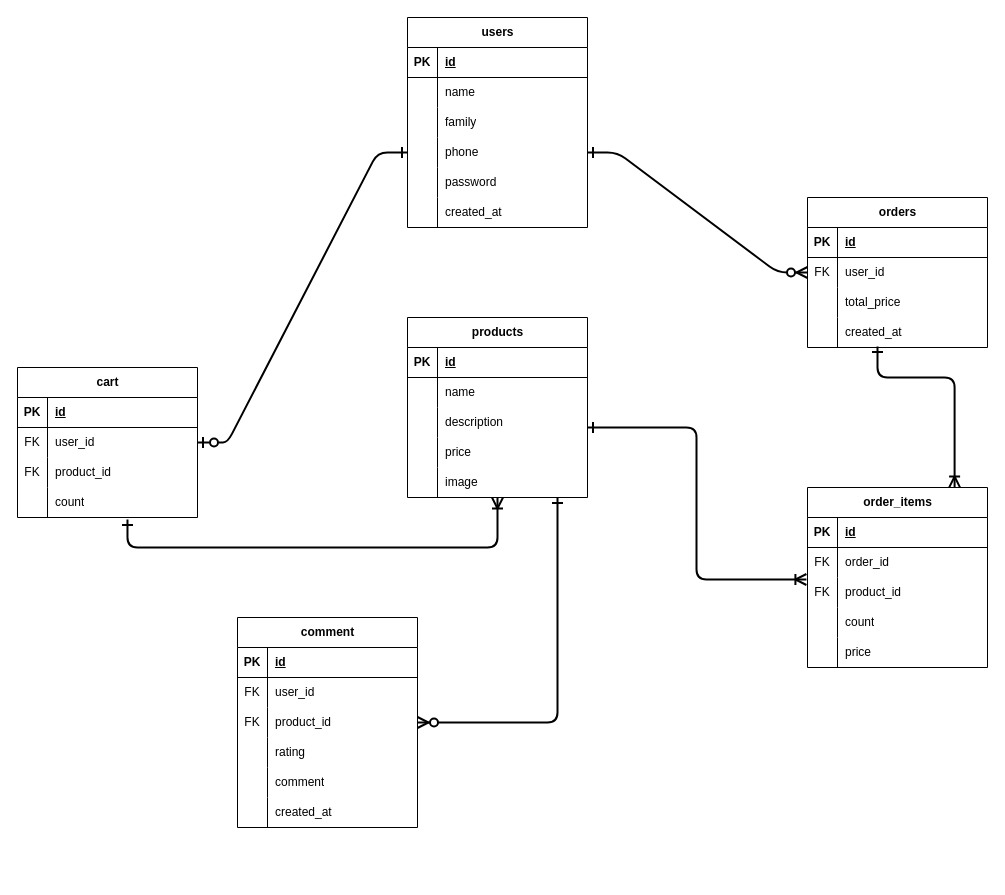
mhdyhaz/Minisite keeps this draw.io diagram as diagram.drawio. Above is the earlier version. Source tidied: cells renumbered, new cells numbered last; positions are measured from the earlier drawing's top-left corner, leaving out a move shared by most shapes. Both pictures are drawn from the tidied source at 100%, with x=0, y=0 at pixel (17, 17).
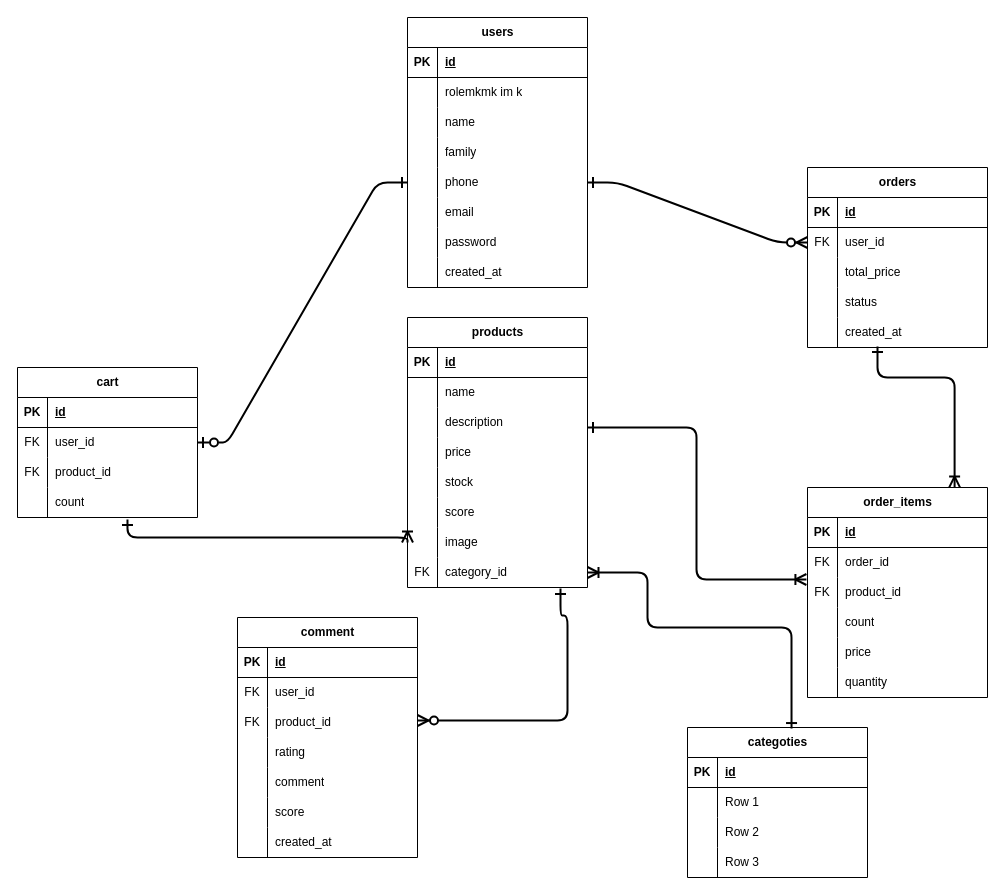
The same page after the edit.

Commit message (it also covers changes not shown here):
#10:edit diagram. delete models

The change refers to these unchanged cells:
```xml
<mxCell id="76" style="shape=tableRow;horizontal=0;startSize=0;swimlaneHead=0;swimlaneBody=0;fillColor=none;points=[[0,0.5],[1,0.5]];portConstraint=eastwest;top=0;left=0;right=0;bottom=0;" parent="66" vertex="1">
  <mxGeometry y="120" width="180" height="30" as="geometry" />
</mxCell>
<mxCell id="86" style="shape=tableRow;horizontal=0;startSize=0;swimlaneHead=0;swimlaneBody=0;fillColor=none;points=[[0,0.5],[1,0.5]];portConstraint=eastwest;top=0;left=0;right=0;bottom=0;" parent="79" vertex="1">
  <mxGeometry y="90" width="180" height="30" as="geometry" />
</mxCell>
```

The edit, as a diff of the source:
```diff
@@
     <mxCell id="2" value="users" style="shape=table;startSize=30;childLayout=tableLayout;rowLines=0;fontStyle=1;align=center;html=1;" parent="1" vertex="1">
-      <mxGeometry x="390" width="180" height="210" as="geometry" />
+      <mxGeometry x="390" width="180" height="270" as="geometry" />
     </mxCell>
@@
+    <mxCell id="104" style="shape=tableRow;horizontal=0;startSize=0;swimlaneHead=0;swimlaneBody=0;fillColor=none;top=0;left=0;right=0;bottom=0;" parent="2" vertex="1">
+      <mxGeometry y="60" width="180" height="30" as="geometry" />
+    </mxCell>
+    <mxCell id="105" style="shape=partialRectangle;fillColor=none;top=0;left=0;bottom=0;right=0;overflow=hidden;whiteSpace=wrap;html=1;" parent="104" vertex="1">
+      <mxGeometry width="30" height="30" as="geometry" />
+    </mxCell>
+    <mxCell id="106" value="rolemkmk im k" style="shape=partialRectangle;fillColor=none;top=0;left=0;bottom=0;right=0;align=left;spacingLeft=6;overflow=hidden;whiteSpace=wrap;html=1;" parent="104" vertex="1">
+      <mxGeometry x="30" width="150" height="30" as="geometry" />
+    </mxCell>
     <mxCell id="6" style="shape=tableRow;horizontal=0;startSize=0;swimlaneHead=0;swimlaneBody=0;fillColor=none;top=0;left=0;right=0;bottom=0;" parent="2" vertex="1">
-      <mxGeometry y="60" width="180" height="30" as="geometry" />
+      <mxGeometry y="90" width="180" height="30" as="geometry" />
     </mxCell>
@@
     <mxCell id="9" style="shape=tableRow;horizontal=0;startSize=0;swimlaneHead=0;swimlaneBody=0;fillColor=none;top=0;left=0;right=0;bottom=0;" parent="2" vertex="1">
-      <mxGeometry y="90" width="180" height="30" as="geometry" />
+      <mxGeometry y="120" width="180" height="30" as="geometry" />
     </mxCell>
@@
     <mxCell id="12" style="shape=tableRow;horizontal=0;startSize=0;swimlaneHead=0;swimlaneBody=0;fillColor=none;points=[[0,0.5],[1,0.5]];portConstraint=eastwest;top=0;left=0;right=0;bottom=0;" parent="2" vertex="1">
-      <mxGeometry y="120" width="180" height="30" as="geometry" />
+      <mxGeometry y="150" width="180" height="30" as="geometry" />
     </mxCell>
@@
+    <mxCell id="107" style="shape=tableRow;horizontal=0;startSize=0;swimlaneHead=0;swimlaneBody=0;fillColor=none;top=0;left=0;right=0;bottom=0;" parent="2" vertex="1">
+      <mxGeometry y="180" width="180" height="30" as="geometry" />
+    </mxCell>
+    <mxCell id="108" style="shape=partialRectangle;fillColor=none;top=0;left=0;bottom=0;right=0;overflow=hidden;whiteSpace=wrap;html=1;" parent="107" vertex="1">
+      <mxGeometry width="30" height="30" as="geometry" />
+    </mxCell>
+    <mxCell id="109" value="email" style="shape=partialRectangle;fillColor=none;top=0;left=0;bottom=0;right=0;align=left;spacingLeft=6;overflow=hidden;whiteSpace=wrap;html=1;" parent="107" vertex="1">
+      <mxGeometry x="30" width="150" height="30" as="geometry" />
+    </mxCell>
     <mxCell id="15" style="shape=tableRow;horizontal=0;startSize=0;swimlaneHead=0;swimlaneBody=0;fillColor=none;top=0;left=0;right=0;bottom=0;" parent="2" vertex="1">
-      <mxGeometry y="150" width="180" height="30" as="geometry" />
+      <mxGeometry y="210" width="180" height="30" as="geometry" />
     </mxCell>
@@
     <mxCell id="18" style="shape=tableRow;horizontal=0;startSize=0;swimlaneHead=0;swimlaneBody=0;fillColor=none;top=0;left=0;right=0;bottom=0;" parent="2" vertex="1">
-      <mxGeometry y="180" width="180" height="30" as="geometry" />
+      <mxGeometry y="240" width="180" height="30" as="geometry" />
     </mxCell>
@@
     <mxCell id="21" value="products" style="shape=table;startSize=30;childLayout=tableLayout;rowLines=0;fontStyle=1;align=center;html=1;" parent="1" vertex="1">
-      <mxGeometry x="390" y="300" width="180" height="180" as="geometry" />
+      <mxGeometry x="390" y="300" width="180" height="270" as="geometry" />
     </mxCell>
@@
+    <mxCell id="110" style="shape=tableRow;horizontal=0;startSize=0;swimlaneHead=0;swimlaneBody=0;fillColor=none;top=0;left=0;right=0;bottom=0;" parent="21" vertex="1">
+      <mxGeometry y="150" width="180" height="30" as="geometry" />
+    </mxCell>
+    <mxCell id="111" style="shape=partialRectangle;fillColor=none;top=0;left=0;bottom=0;right=0;overflow=hidden;whiteSpace=wrap;html=1;" parent="110" vertex="1">
+      <mxGeometry width="30" height="30" as="geometry" />
+    </mxCell>
+    <mxCell id="112" value="stock" style="shape=partialRectangle;fillColor=none;top=0;left=0;bottom=0;right=0;align=left;spacingLeft=6;overflow=hidden;whiteSpace=wrap;html=1;" parent="110" vertex="1">
+      <mxGeometry x="30" width="150" height="30" as="geometry" />
+    </mxCell>
+    <mxCell id="113" style="shape=tableRow;horizontal=0;startSize=0;swimlaneHead=0;swimlaneBody=0;fillColor=none;top=0;left=0;right=0;bottom=0;" parent="21" vertex="1">
+      <mxGeometry y="180" width="180" height="30" as="geometry" />
+    </mxCell>
+    <mxCell id="114" style="shape=partialRectangle;fillColor=none;top=0;left=0;bottom=0;right=0;overflow=hidden;whiteSpace=wrap;html=1;" parent="113" vertex="1">
+      <mxGeometry width="30" height="30" as="geometry" />
+    </mxCell>
+    <mxCell id="115" value="score" style="shape=partialRectangle;fillColor=none;top=0;left=0;bottom=0;right=0;align=left;spacingLeft=6;overflow=hidden;whiteSpace=wrap;html=1;" parent="113" vertex="1">
+      <mxGeometry x="30" width="150" height="30" as="geometry" />
+    </mxCell>
     <mxCell id="34" style="shape=tableRow;horizontal=0;startSize=0;swimlaneHead=0;swimlaneBody=0;fillColor=none;points=[[0,0.5],[1,0.5]];portConstraint=eastwest;top=0;left=0;right=0;bottom=0;" parent="21" vertex="1">
-      <mxGeometry y="150" width="180" height="30" as="geometry" />
+      <mxGeometry y="210" width="180" height="30" as="geometry" />
     </mxCell>
@@
+    <mxCell id="116" style="shape=tableRow;horizontal=0;startSize=0;swimlaneHead=0;swimlaneBody=0;fillColor=none;points=[[0,0.5],[1,0.5]];portConstraint=eastwest;top=0;left=0;right=0;bottom=0;" parent="21" vertex="1">
+      <mxGeometry y="240" width="180" height="30" as="geometry" />
+    </mxCell>
+    <mxCell id="117" value="FK" style="shape=partialRectangle;fillColor=none;top=0;left=0;bottom=0;right=0;overflow=hidden;whiteSpace=wrap;html=1;" parent="116" vertex="1">
+      <mxGeometry width="30" height="30" as="geometry" />
+    </mxCell>
+    <mxCell id="118" value="category_id" style="shape=partialRectangle;fillColor=none;top=0;left=0;bottom=0;right=0;align=left;spacingLeft=6;overflow=hidden;whiteSpace=wrap;html=1;" parent="116" vertex="1">
+      <mxGeometry x="30" width="150" height="30" as="geometry" />
+    </mxCell>
     <mxCell id="37" value="orders" style="shape=table;startSize=30;childLayout=tableLayout;rowLines=0;fontStyle=1;align=center;html=1;" parent="1" vertex="1">
-      <mxGeometry x="790" y="180" width="180" height="150" as="geometry" />
+      <mxGeometry x="790" y="150" width="180" height="180" as="geometry" />
     </mxCell>
@@
+    <mxCell id="119" style="shape=tableRow;horizontal=0;startSize=0;swimlaneHead=0;swimlaneBody=0;fillColor=none;top=0;left=0;right=0;bottom=0;" parent="37" vertex="1">
+      <mxGeometry y="120" width="180" height="30" as="geometry" />
+    </mxCell>
+    <mxCell id="120" style="shape=partialRectangle;fillColor=none;top=0;left=0;bottom=0;right=0;overflow=hidden;whiteSpace=wrap;html=1;" parent="119" vertex="1">
+      <mxGeometry width="30" height="30" as="geometry" />
+    </mxCell>
+    <mxCell id="121" value="status" style="shape=partialRectangle;fillColor=none;top=0;left=0;bottom=0;right=0;align=left;spacingLeft=6;overflow=hidden;whiteSpace=wrap;html=1;" parent="119" vertex="1">
+      <mxGeometry x="30" width="150" height="30" as="geometry" />
+    </mxCell>
     <mxCell id="47" style="shape=tableRow;horizontal=0;startSize=0;swimlaneHead=0;swimlaneBody=0;fillColor=none;top=0;left=0;right=0;bottom=0;" parent="37" vertex="1">
-      <mxGeometry y="120" width="180" height="30" as="geometry" />
+      <mxGeometry y="150" width="180" height="30" as="geometry" />
     </mxCell>
@@
     <mxCell id="50" value="order_items" style="shape=table;startSize=30;childLayout=tableLayout;rowLines=0;fontStyle=1;align=center;html=1;" parent="1" vertex="1">
-      <mxGeometry x="790" y="470" width="180" height="180" as="geometry" />
+      <mxGeometry x="790" y="470" width="180" height="210" as="geometry" />
     </mxCell>
@@
+    <mxCell id="122" style="shape=tableRow;horizontal=0;startSize=0;swimlaneHead=0;swimlaneBody=0;fillColor=none;top=0;left=0;right=0;bottom=0;" parent="50" vertex="1">
+      <mxGeometry y="180" width="180" height="30" as="geometry" />
+    </mxCell>
+    <mxCell id="123" style="shape=partialRectangle;fillColor=none;top=0;left=0;bottom=0;right=0;overflow=hidden;whiteSpace=wrap;html=1;" parent="122" vertex="1">
+      <mxGeometry width="30" height="30" as="geometry" />
+    </mxCell>
+    <mxCell id="124" value="quantity" style="shape=partialRectangle;fillColor=none;top=0;left=0;bottom=0;right=0;align=left;spacingLeft=6;overflow=hidden;whiteSpace=wrap;html=1;" parent="122" vertex="1">
+      <mxGeometry x="30" width="150" height="30" as="geometry" />
+    </mxCell>
@@
     <mxCell id="79" value="comment" style="shape=table;startSize=30;childLayout=tableLayout;rowLines=0;fontStyle=1;align=center;html=1;" parent="1" vertex="1">
-      <mxGeometry x="220" y="600" width="180" height="210" as="geometry" />
+      <mxGeometry x="220" y="600" width="180" height="240" as="geometry" />
     </mxCell>
@@
+    <mxCell id="125" style="shape=tableRow;horizontal=0;startSize=0;swimlaneHead=0;swimlaneBody=0;fillColor=none;top=0;left=0;right=0;bottom=0;" parent="79" vertex="1">
+      <mxGeometry y="180" width="180" height="30" as="geometry" />
+    </mxCell>
+    <mxCell id="126" style="shape=partialRectangle;fillColor=none;top=0;left=0;bottom=0;right=0;overflow=hidden;whiteSpace=wrap;html=1;" parent="125" vertex="1">
+      <mxGeometry width="30" height="30" as="geometry" />
+    </mxCell>
+    <mxCell id="127" value="score" style="shape=partialRectangle;fillColor=none;top=0;left=0;bottom=0;right=0;align=left;spacingLeft=6;overflow=hidden;whiteSpace=wrap;html=1;" parent="125" vertex="1">
+      <mxGeometry x="30" width="150" height="30" as="geometry" />
+    </mxCell>
     <mxCell id="95" style="shape=tableRow;horizontal=0;startSize=0;swimlaneHead=0;swimlaneBody=0;fillColor=none;top=0;left=0;right=0;bottom=0;" parent="79" vertex="1">
-      <mxGeometry y="180" width="180" height="30" as="geometry" />
+      <mxGeometry y="210" width="180" height="30" as="geometry" />
     </mxCell>
@@
-    <mxCell id="100" style="edgeStyle=elbowEdgeStyle;fontSize=12;html=1;endArrow=ERoneToMany;startArrow=ERone;elbow=vertical;exitX=0.611;exitY=1.067;exitDx=0;exitDy=0;exitPerimeter=0;strokeWidth=2;endSize=8;startSize=8;startFill=0;targetPerimeterSpacing=0;" parent="1" edge="1" source="76" target="34">
+    <mxCell id="100" style="edgeStyle=elbowEdgeStyle;fontSize=12;html=1;endArrow=ERoneToMany;startArrow=ERone;elbow=vertical;exitX=0.611;exitY=1.067;exitDx=0;exitDy=0;exitPerimeter=0;strokeWidth=2;endSize=8;startSize=8;startFill=0;targetPerimeterSpacing=0;entryX=0;entryY=0.5;entryDx=0;entryDy=0;" parent="1" edge="1" source="76" target="34">
       <mxGeometry relative="1" as="geometry">
         <Array as="points">
+          <mxPoint x="240" y="520" />
+          <mxPoint x="300" y="570" />
           <mxPoint x="290" y="530" />
         </Array>
       </mxGeometry>
     </mxCell>
-    <mxCell id="101" style="edgeStyle=orthogonalEdgeStyle;fontSize=12;html=1;endArrow=ERone;startArrow=ERzeroToMany;exitX=1;exitY=0.5;exitDx=0;exitDy=0;strokeWidth=2;endSize=8;startSize=8;endFill=0;" parent="1" edge="1" source="86" target="34">
+    <mxCell id="101" style="edgeStyle=orthogonalEdgeStyle;fontSize=12;html=1;endArrow=ERone;startArrow=ERzeroToMany;exitX=1;exitY=0.5;exitDx=0;exitDy=0;strokeWidth=2;endSize=8;startSize=8;endFill=0;entryX=0.85;entryY=1.1;entryDx=0;entryDy=0;entryPerimeter=0;" parent="1" edge="1">
       <mxGeometry relative="1" as="geometry">
+        <mxPoint x="400" y="703" as="sourcePoint" />
+        <mxPoint x="543" y="571" as="targetPoint" />
         <Array as="points">
-          <mxPoint x="540" y="705" />
+          <mxPoint x="550" y="703" />
+          <mxPoint x="550" y="598" />
+          <mxPoint x="543" y="598" />
         </Array>
       </mxGeometry>
     </mxCell>
@@
+    <mxCell id="128" value="categoties" style="shape=table;startSize=30;childLayout=tableLayout;rowLines=0;fontStyle=1;align=center;html=1;" parent="1" vertex="1">
+      <mxGeometry x="670" y="710" width="180" height="150" as="geometry" />
+    </mxCell>
+    <mxCell id="129" style="shape=tableRow;horizontal=0;startSize=0;swimlaneHead=0;swimlaneBody=0;fillColor=none;top=0;left=0;right=0;bottom=1;" parent="128" vertex="1">
+      <mxGeometry y="30" width="180" height="30" as="geometry" />
+    </mxCell>
+    <mxCell id="130" value="PK" style="shape=partialRectangle;fillColor=none;top=0;left=0;bottom=0;right=0;fontStyle=1;overflow=hidden;whiteSpace=wrap;html=1;" parent="129" vertex="1">
+      <mxGeometry width="30" height="30" as="geometry" />
+    </mxCell>
+    <mxCell id="131" value="id" style="shape=partialRectangle;fillColor=none;top=0;left=0;bottom=0;right=0;align=left;spacingLeft=6;fontStyle=5;overflow=hidden;whiteSpace=wrap;html=1;" parent="129" vertex="1">
+      <mxGeometry x="30" width="150" height="30" as="geometry" />
+    </mxCell>
+    <mxCell id="132" style="shape=tableRow;horizontal=0;startSize=0;swimlaneHead=0;swimlaneBody=0;fillColor=none;top=0;left=0;right=0;bottom=0;" parent="128" vertex="1">
+      <mxGeometry y="60" width="180" height="30" as="geometry" />
+    </mxCell>
+    <mxCell id="133" style="shape=partialRectangle;fillColor=none;top=0;left=0;bottom=0;right=0;overflow=hidden;whiteSpace=wrap;html=1;" parent="132" vertex="1">
+      <mxGeometry width="30" height="30" as="geometry" />
+    </mxCell>
+    <mxCell id="134" value="Row 1" style="shape=partialRectangle;fillColor=none;top=0;left=0;bottom=0;right=0;align=left;spacingLeft=6;overflow=hidden;whiteSpace=wrap;html=1;" parent="132" vertex="1">
+      <mxGeometry x="30" width="150" height="30" as="geometry" />
+    </mxCell>
+    <mxCell id="135" style="shape=tableRow;horizontal=0;startSize=0;swimlaneHead=0;swimlaneBody=0;fillColor=none;top=0;left=0;right=0;bottom=0;" parent="128" vertex="1">
+      <mxGeometry y="90" width="180" height="30" as="geometry" />
+    </mxCell>
+    <mxCell id="136" style="shape=partialRectangle;fillColor=none;top=0;left=0;bottom=0;right=0;overflow=hidden;whiteSpace=wrap;html=1;" parent="135" vertex="1">
+      <mxGeometry width="30" height="30" as="geometry" />
+    </mxCell>
+    <mxCell id="137" value="Row 2" style="shape=partialRectangle;fillColor=none;top=0;left=0;bottom=0;right=0;align=left;spacingLeft=6;overflow=hidden;whiteSpace=wrap;html=1;" parent="135" vertex="1">
+      <mxGeometry x="30" width="150" height="30" as="geometry" />
+    </mxCell>
+    <mxCell id="138" style="shape=tableRow;horizontal=0;startSize=0;swimlaneHead=0;swimlaneBody=0;fillColor=none;top=0;left=0;right=0;bottom=0;" parent="128" vertex="1">
+      <mxGeometry y="120" width="180" height="30" as="geometry" />
+    </mxCell>
+    <mxCell id="139" style="shape=partialRectangle;fillColor=none;top=0;left=0;bottom=0;right=0;overflow=hidden;whiteSpace=wrap;html=1;" parent="138" vertex="1">
+      <mxGeometry width="30" height="30" as="geometry" />
+    </mxCell>
+    <mxCell id="140" value="Row 3" style="shape=partialRectangle;fillColor=none;top=0;left=0;bottom=0;right=0;align=left;spacingLeft=6;overflow=hidden;whiteSpace=wrap;html=1;" parent="138" vertex="1">
+      <mxGeometry x="30" width="150" height="30" as="geometry" />
+    </mxCell>
+    <mxCell id="141" style="edgeStyle=orthogonalEdgeStyle;fontSize=12;html=1;endArrow=ERone;endFill=1;exitX=1;exitY=0.5;exitDx=0;exitDy=0;endSize=8;startSize=8;entryX=0.578;entryY=0.007;entryDx=0;entryDy=0;entryPerimeter=0;startArrow=ERoneToMany;startFill=0;targetPerimeterSpacing=0;sourcePerimeterSpacing=0;strokeWidth=2;" parent="1" edge="1" source="116" target="128">
+      <mxGeometry relative="1" as="geometry">
+        <Array as="points">
+          <mxPoint x="630" y="555" />
+          <mxPoint x="630" y="610" />
+          <mxPoint x="774" y="610" />
+        </Array>
+      </mxGeometry>
+    </mxCell>
```
